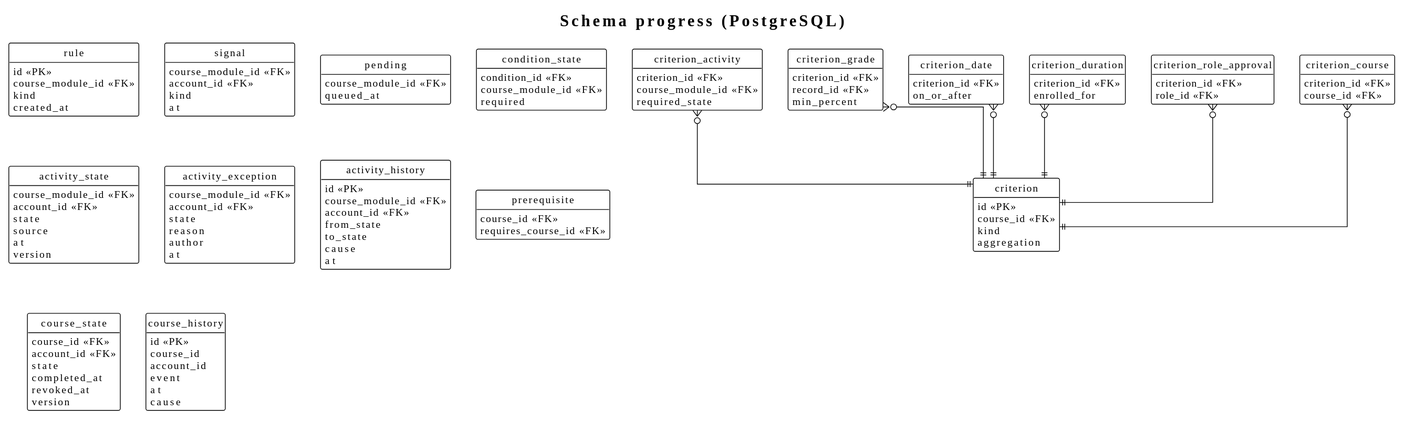
Above: docs/03-design/data-model/progress.svg in didactika/kampus (PlantUML), before the change.
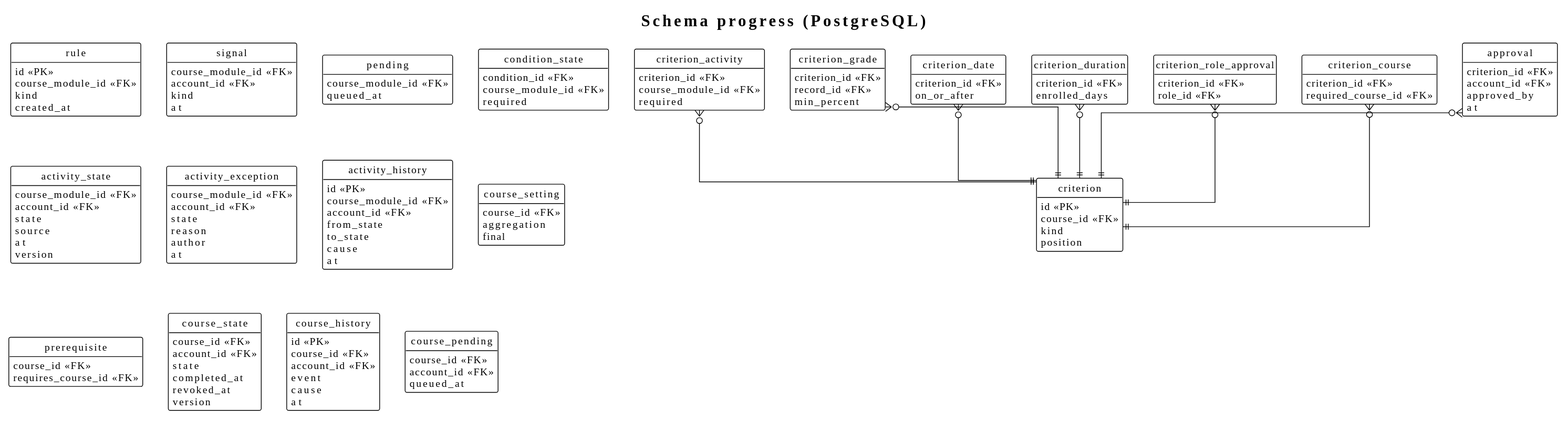
After the commit.

Change to the diagram source:
```diff
@@ -51,16 +51,21 @@
   cause
   at
 }
+entity course_setting {
+  course_id <<FK>>
+  aggregation
+  final
+}
 entity criterion {
   id <<PK>>
   course_id <<FK>>
   kind
-  aggregation
+  position
 }
 entity criterion_activity {
   criterion_id <<FK>>
   course_module_id <<FK>>
-  required_state
+  required
 }
 entity criterion_grade {
   criterion_id <<FK>>
@@ -73,7 +78,7 @@
 }
 entity criterion_duration {
   criterion_id <<FK>>
-  enrolled_for
+  enrolled_days
 }
 entity criterion_role_approval {
   criterion_id <<FK>>
@@ -81,7 +86,13 @@
 }
 entity criterion_course {
   criterion_id <<FK>>
-  course_id <<FK>>
+  required_course_id <<FK>>
+}
+entity approval {
+  criterion_id <<FK>>
+  account_id <<FK>>
+  approved_by
+  at
 }
 entity prerequisite {
   course_id <<FK>>
@@ -97,11 +108,16 @@
 }
 entity course_history {
   id <<PK>>
-  course_id
-  account_id
+  course_id <<FK>>
+  account_id <<FK>>
   event
+  cause
   at
-  cause
+}
+entity course_pending {
+  course_id <<FK>>
+  account_id <<FK>>
+  queued_at
 }
 
 criterion_activity }o--|| criterion
@@ -110,4 +126,5 @@
 criterion_duration }o--|| criterion
 criterion_role_approval }o--|| criterion
 criterion_course }o--|| criterion
+approval }o--|| criterion
 @enduml
```
